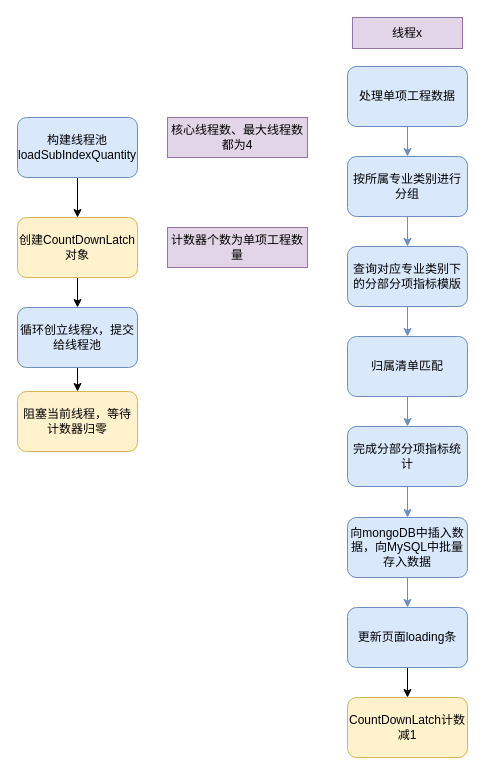
Above: draw.io/多线程技术点整理.drawio in KeatonLi/pictures (draw.io), before the change. Source tidied: cells renumbered, new cells numbered last; positions are measured from the earlier drawing's top-left corner, leaving out a move shared by most shapes. Both pictures are drawn from the tidied source at 100%, with x=0, y=0 at pixel (17, 17).
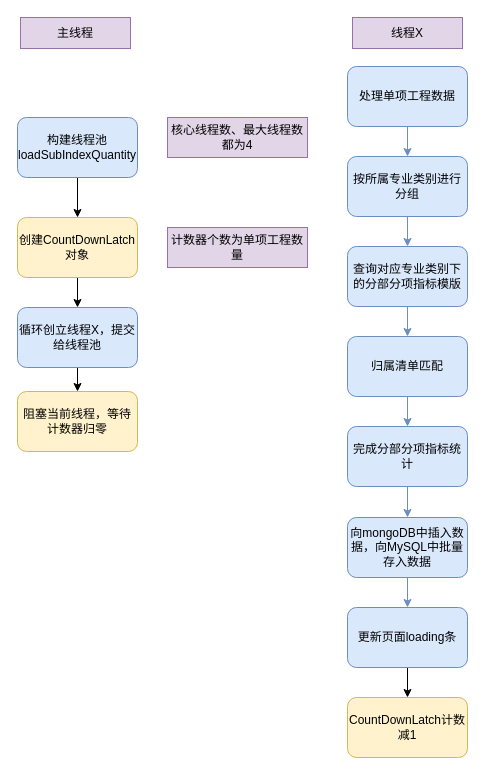
The same diagram, later.

Commit message (it also covers changes not shown here):
更新多线程技术点整理.drawio

What changed in the source:
```diff
@@
-    <mxCell id="9" value="循环创立线程x，提交给线程池" style="rounded=1;whiteSpace=wrap;html=1;fillColor=#dae8fc;strokeColor=#6c8ebf;" parent="1" vertex="1">
+    <mxCell id="9" value="循环创立线程X，提交给线程池" style="rounded=1;whiteSpace=wrap;html=1;fillColor=#dae8fc;strokeColor=#6c8ebf;" parent="1" vertex="1">
       <mxGeometry y="290" width="120" height="60" as="geometry" />
     </mxCell>
@@
-    <mxCell id="24" value="线程x" style="rounded=0;whiteSpace=wrap;html=1;fillColor=#e1d5e7;strokeColor=#9673a6;" parent="1" vertex="1">
+    <mxCell id="24" value="线程X" style="rounded=0;whiteSpace=wrap;html=1;fillColor=#e1d5e7;strokeColor=#9673a6;" parent="1" vertex="1">
       <mxGeometry x="335" width="110" height="31" as="geometry" />
     </mxCell>
@@
+    <mxCell id="27" value="主线程" style="rounded=0;whiteSpace=wrap;html=1;fillColor=#e1d5e7;strokeColor=#9673a6;" parent="1" vertex="1">
+      <mxGeometry x="3" width="110" height="31" as="geometry" />
+    </mxCell>
```
